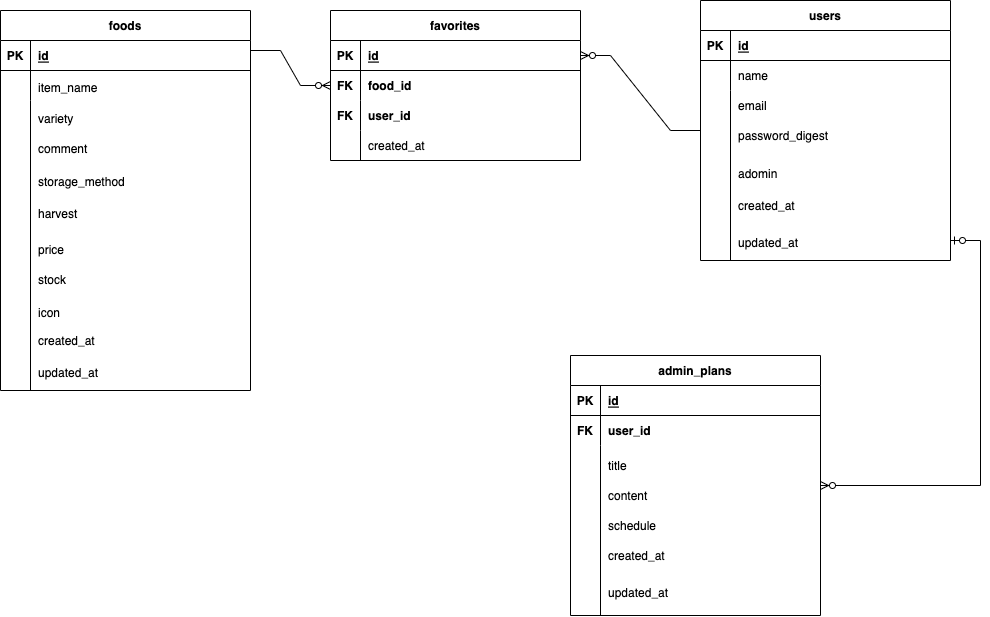
Before: ER.png, a diagram exported from draw.io (KanameEndo/Small-Farm). Source tidied: cells renumbered, new cells last; positions are measured from the earlier drawing's top-left corner, leaving out a move shared by most shapes.
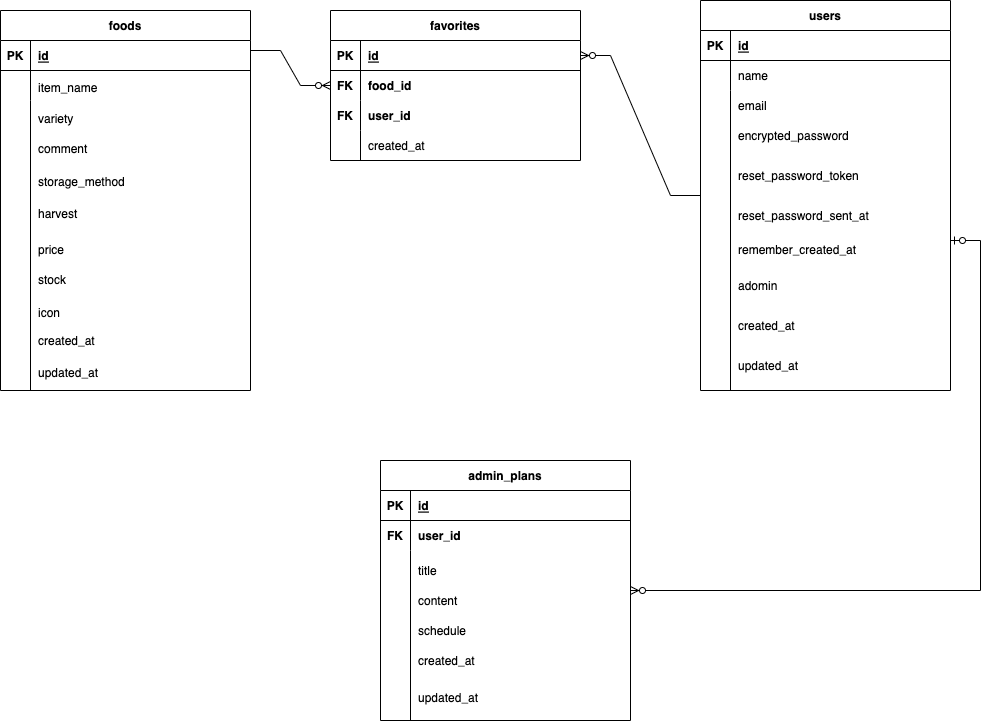
The same diagram one commit later.

Commit message:
テーブル定義修正、ER図修正、Readme修正

Diff of the diagram source:
```diff
@@ -84,7 +84,7 @@
       </mxGeometry>
     </mxCell>
     <mxCell id="27" value="users" style="shape=table;startSize=30;rowLines=0;fontStyle=1;align=center;" parent="1" vertex="1">
-      <mxGeometry x="700" width="250" height="260" as="geometry" />
+      <mxGeometry x="700" width="250" height="390" as="geometry" />
     </mxCell>
     <mxCell id="28" style="shape=partialRectangle;fillColor=none;top=0;left=0;right=0;bottom=1;" parent="27" vertex="1">
       <mxGeometry y="30" width="250" height="30" as="geometry" />
@@ -104,8 +104,8 @@
     <mxCell id="33" value="name" style="shape=partialRectangle;overflow=hidden;fillColor=none;top=0;left=0;bottom=0;right=0;align=left;spacingLeft=6;" parent="31" vertex="1">
       <mxGeometry x="30" width="220" height="30" as="geometry" />
     </mxCell>
-    <mxCell id="34" value="password_digest" style="shape=partialRectangle;overflow=hidden;fillColor=none;top=0;left=0;bottom=0;right=0;align=left;spacingLeft=6;" parent="1" vertex="1">
-      <mxGeometry x="730" y="120" width="114.4" height="30" as="geometry" />
+    <mxCell id="34" value="encrypted_password" style="shape=partialRectangle;overflow=hidden;fillColor=none;top=0;left=0;bottom=0;right=0;align=left;spacingLeft=6;" parent="1" vertex="1">
+      <mxGeometry x="730" y="120" width="170" height="30" as="geometry" />
     </mxCell>
     <mxCell id="35" style="endArrow=none;html=1;rounded=0;" parent="1" edge="1">
       <mxGeometry relative="1" as="geometry">
@@ -114,16 +114,16 @@
       </mxGeometry>
     </mxCell>
     <mxCell id="36" value="adomin" style="shape=partialRectangle;overflow=hidden;fillColor=none;top=0;left=0;bottom=0;right=0;align=left;spacingLeft=6;" parent="1" vertex="1">
-      <mxGeometry x="730" y="158" width="114.4" height="30" as="geometry" />
+      <mxGeometry x="730" y="270" width="114.4" height="30" as="geometry" />
     </mxCell>
     <mxCell id="37" value="stock" style="shape=partialRectangle;overflow=hidden;fillColor=none;top=0;left=0;bottom=0;right=0;align=left;spacingLeft=6;" parent="1" vertex="1">
       <mxGeometry x="30" y="264" width="114.4" height="30" as="geometry" />
     </mxCell>
     <mxCell id="38" value="created_at" style="shape=partialRectangle;overflow=hidden;fillColor=none;top=0;left=0;bottom=0;right=0;align=left;spacingLeft=6;" parent="1" vertex="1">
-      <mxGeometry x="730" y="190" width="114.4" height="30" as="geometry" />
+      <mxGeometry x="730" y="310" width="114.4" height="30" as="geometry" />
     </mxCell>
     <mxCell id="39" value="updated_at" style="shape=partialRectangle;overflow=hidden;fillColor=none;top=0;left=0;bottom=0;right=0;align=left;spacingLeft=6;" parent="1" vertex="1">
-      <mxGeometry x="730" y="227" width="114.4" height="30" as="geometry" />
+      <mxGeometry x="730" y="350" width="114.4" height="30" as="geometry" />
     </mxCell>
     <mxCell id="40" value="created_at" style="shape=partialRectangle;overflow=hidden;fillColor=none;top=0;left=0;bottom=0;right=0;align=left;spacingLeft=6;" parent="1" vertex="1">
       <mxGeometry x="360" y="130" width="114.4" height="30" as="geometry" />
@@ -149,7 +149,7 @@
       <mxGeometry relative="1" as="geometry" />
     </mxCell>
     <mxCell id="46" value="admin_plans" style="shape=table;startSize=30;rowLines=0;fontStyle=1;align=center;" parent="1" vertex="1">
-      <mxGeometry x="570" y="355" width="250" height="260" as="geometry" />
+      <mxGeometry x="380" y="460" width="250" height="260" as="geometry" />
     </mxCell>
     <mxCell id="47" style="shape=partialRectangle;fillColor=none;top=0;left=0;right=0;bottom=1;" parent="46" vertex="1">
       <mxGeometry y="30" width="250" height="30" as="geometry" />
@@ -170,31 +170,31 @@
       <mxGeometry x="30" width="220" height="30" as="geometry" />
     </mxCell>
     <mxCell id="53" value="content" style="shape=partialRectangle;overflow=hidden;fillColor=none;top=0;left=0;bottom=0;right=0;align=left;spacingLeft=6;" parent="1" vertex="1">
-      <mxGeometry x="600" y="480" width="114.4" height="30" as="geometry" />
+      <mxGeometry x="410" y="585" width="114.4" height="30" as="geometry" />
     </mxCell>
     <mxCell id="54" style="endArrow=none;html=1;rounded=0;" parent="1" edge="1">
       <mxGeometry relative="1" as="geometry">
-        <mxPoint x="600" y="615" as="sourcePoint" />
-        <mxPoint x="600" y="445" as="targetPoint" />
+        <mxPoint x="410" y="720" as="sourcePoint" />
+        <mxPoint x="410" y="550" as="targetPoint" />
       </mxGeometry>
     </mxCell>
     <mxCell id="55" value="schedule" style="shape=partialRectangle;overflow=hidden;fillColor=none;top=0;left=0;bottom=0;right=0;align=left;spacingLeft=6;" parent="1" vertex="1">
-      <mxGeometry x="600" y="510" width="114.4" height="30" as="geometry" />
+      <mxGeometry x="410" y="615" width="114.4" height="30" as="geometry" />
     </mxCell>
     <mxCell id="56" value="created_at" style="shape=partialRectangle;overflow=hidden;fillColor=none;top=0;left=0;bottom=0;right=0;align=left;spacingLeft=6;" parent="1" vertex="1">
-      <mxGeometry x="600" y="535" width="190.7" height="40" as="geometry" />
+      <mxGeometry x="410" y="640" width="190.7" height="40" as="geometry" />
     </mxCell>
     <mxCell id="57" value="updated_at" style="shape=partialRectangle;overflow=hidden;fillColor=none;top=0;left=0;bottom=0;right=0;align=left;spacingLeft=6;" parent="1" vertex="1">
-      <mxGeometry x="600" y="572" width="114.4" height="40" as="geometry" />
+      <mxGeometry x="410" y="677" width="114.4" height="40" as="geometry" />
     </mxCell>
     <mxCell id="58" value="title" style="shape=partialRectangle;overflow=hidden;fillColor=none;top=0;left=0;bottom=0;right=0;align=left;spacingLeft=6;" parent="1" vertex="1">
-      <mxGeometry x="600" y="450" width="220" height="30" as="geometry" />
+      <mxGeometry x="410" y="555" width="220" height="30" as="geometry" />
     </mxCell>
     <mxCell id="59" value="FK" style="shape=partialRectangle;overflow=hidden;fillColor=none;top=0;left=0;bottom=0;right=0;fontStyle=1;" parent="1" vertex="1">
-      <mxGeometry x="570" y="415" width="30" height="30" as="geometry" />
+      <mxGeometry x="380" y="520" width="30" height="30" as="geometry" />
     </mxCell>
     <mxCell id="60" value="user_id" style="shape=partialRectangle;overflow=hidden;fillColor=none;top=0;left=0;bottom=0;right=0;align=left;spacingLeft=6;fontStyle=1;" parent="1" vertex="1">
-      <mxGeometry x="600" y="415" width="220" height="30" as="geometry" />
+      <mxGeometry x="410" y="520" width="220" height="30" as="geometry" />
     </mxCell>
     <mxCell id="61" value="email" style="shape=partialRectangle;overflow=hidden;fillColor=none;top=0;left=0;bottom=0;right=0;align=left;spacingLeft=6;" parent="1" vertex="1">
       <mxGeometry x="730" y="90" width="114.4" height="30" as="geometry" />
@@ -204,5 +204,20 @@
         <mxPoint x="950" y="240" as="sourcePoint" />
       </mxGeometry>
     </mxCell>
+    <mxCell id="63" value="reset_password_token" style="shape=partialRectangle;overflow=hidden;fillColor=none;top=0;left=0;bottom=0;right=0;align=left;spacingLeft=6;" parent="1" vertex="1">
+      <mxGeometry x="730" y="160" width="190" height="30" as="geometry" />
+    </mxCell>
+    <mxCell id="64" value="reset_password_sent_at" style="shape=partialRectangle;overflow=hidden;fillColor=none;top=0;left=0;bottom=0;right=0;align=left;spacingLeft=6;" parent="1" vertex="1">
+      <mxGeometry x="730" y="199" width="180" height="31" as="geometry" />
+    </mxCell>
+    <mxCell id="65" value="remember_created_at" style="shape=partialRectangle;overflow=hidden;fillColor=none;top=0;left=0;bottom=0;right=0;align=left;spacingLeft=6;" parent="1" vertex="1">
+      <mxGeometry x="730" y="234" width="230" height="30" as="geometry" />
+    </mxCell>
+    <mxCell id="66" style="endArrow=none;html=1;rounded=0;" parent="1" edge="1">
+      <mxGeometry relative="1" as="geometry">
+        <mxPoint x="730" y="390" as="sourcePoint" />
+        <mxPoint x="730" y="250" as="targetPoint" />
+      </mxGeometry>
+    </mxCell>
   </root>
 </mxGraphModel>
```
